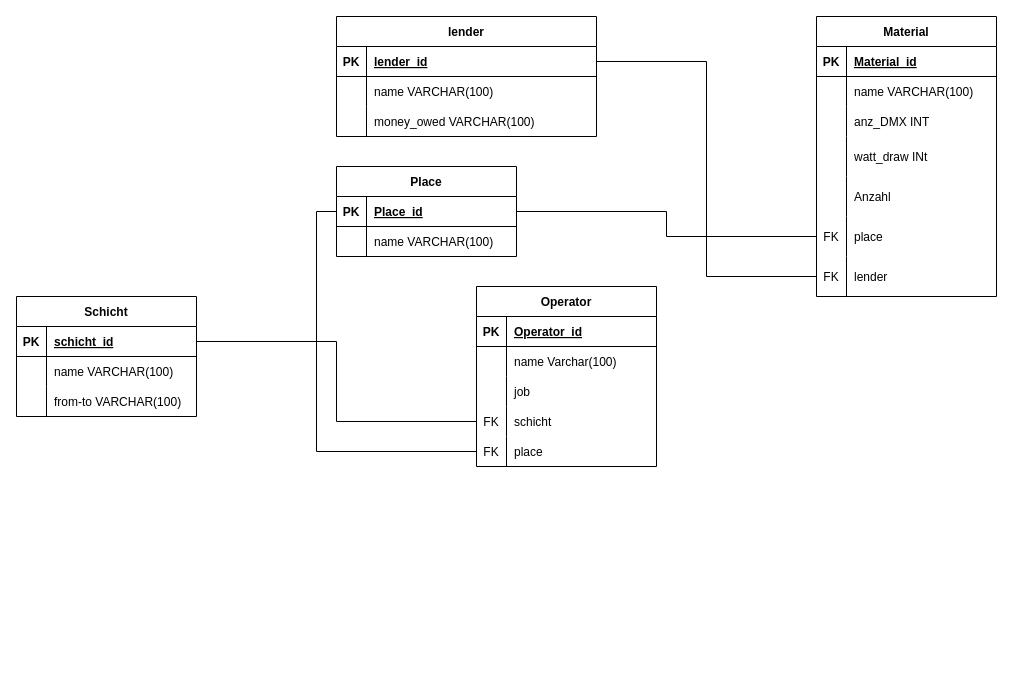
Earlier version of the draw.io diagram lologramm.drawio (lol70000/EF-Datenprojekt). Source tidied: cells renumbered, new cells numbered last; positions are measured from the earlier drawing's top-left corner, leaving out a move shared by most shapes. Both pictures are drawn from the tidied source at 100%, with x=0, y=0 at pixel (16, 16).
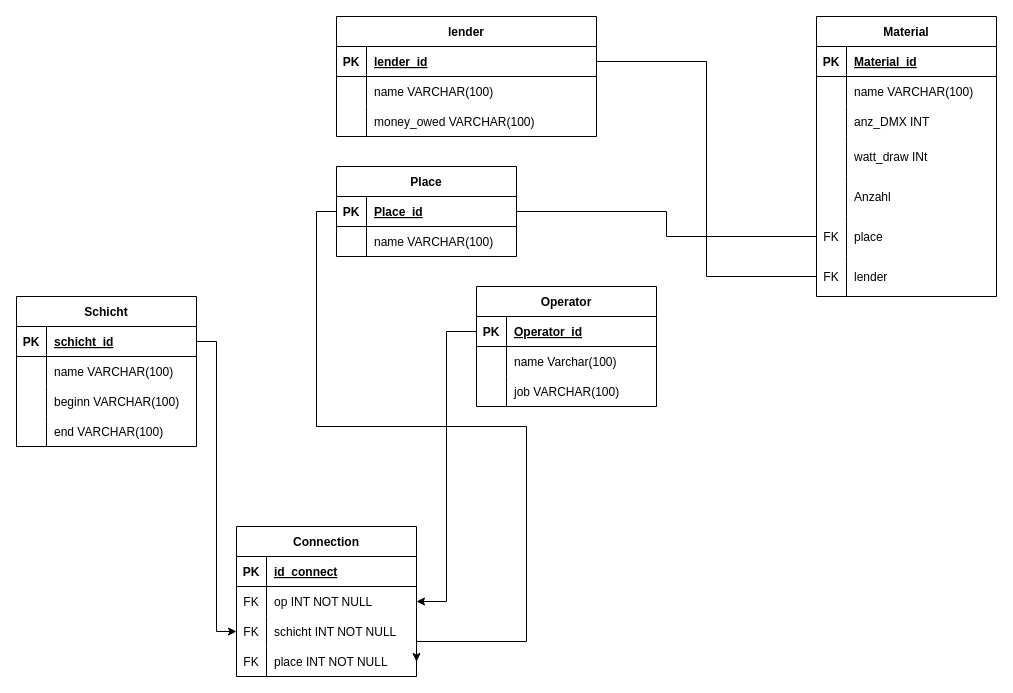
Above is the later version.

The change refers to these unchanged cells:
```xml
<mxCell id="25" style="shape=tableRow;horizontal=0;startSize=0;swimlaneHead=0;swimlaneBody=0;fillColor=none;points=[[0,0.5],[1,0.5]];portConstraint=eastwest;top=0;left=0;right=0;bottom=1;" parent="24" vertex="1">
  <mxGeometry y="30" width="180" height="30" as="geometry" />
</mxCell>
<mxCell id="32" style="shape=tableRow;horizontal=0;startSize=0;swimlaneHead=0;swimlaneBody=0;fillColor=none;points=[[0,0.5],[1,0.5]];portConstraint=eastwest;top=0;left=0;right=0;bottom=1;" parent="31" vertex="1">
  <mxGeometry y="30" width="180" height="30" as="geometry" />
</mxCell>
<mxCell id="38" style="shape=tableRow;horizontal=0;startSize=0;swimlaneHead=0;swimlaneBody=0;fillColor=none;top=0;left=0;right=0;bottom=0;" parent="31" vertex="1">
  <mxGeometry y="90" width="180" height="30" as="geometry" />
</mxCell>
<mxCell id="48" style="shape=tableRow;horizontal=0;startSize=0;swimlaneHead=0;swimlaneBody=0;fillColor=none;points=[[0,0.5],[1,0.5]];portConstraint=eastwest;top=0;left=0;right=0;bottom=1;" parent="47" vertex="1">
  <mxGeometry y="30" width="180" height="30" as="geometry" />
</mxCell>
<mxCell id="54" style="shape=tableRow;horizontal=0;startSize=0;swimlaneHead=0;swimlaneBody=0;fillColor=none;top=0;left=0;right=0;bottom=0;" parent="47" vertex="1">
  <mxGeometry y="90" width="180" height="30" as="geometry" />
</mxCell>
```

Change to the diagram source:
```diff
@@
     <mxCell id="31" value="Operator" style="shape=table;startSize=30;childLayout=tableLayout;rowLines=0;fontStyle=1;align=center;" parent="1" vertex="1">
-      <mxGeometry x="460" y="270" width="180" height="180" as="geometry" />
+      <mxGeometry x="460" y="270" width="180" height="120" as="geometry" />
     </mxCell>
@@
-    <mxCell id="40" value="job " style="shape=partialRectangle;fillColor=none;top=0;left=0;bottom=0;right=0;align=left;spacingLeft=6;overflow=hidden;" parent="38" vertex="1">
+    <mxCell id="40" value="job VARCHAR(100)" style="shape=partialRectangle;fillColor=none;top=0;left=0;bottom=0;right=0;align=left;spacingLeft=6;overflow=hidden;" parent="38" vertex="1">
       <mxGeometry x="30" width="150" height="30" as="geometry" />
     </mxCell>
-    <mxCell id="41" style="shape=tableRow;horizontal=0;startSize=0;swimlaneHead=0;swimlaneBody=0;fillColor=none;points=[[0,0.5],[1,0.5]];portConstraint=eastwest;top=0;left=0;right=0;bottom=0;" parent="31" vertex="1">
-      <mxGeometry y="120" width="180" height="30" as="geometry" />
-    </mxCell>
-    <mxCell id="42" value="FK" style="shape=partialRectangle;fillColor=none;top=0;left=0;bottom=0;right=0;overflow=hidden;" parent="41" vertex="1">
-      <mxGeometry width="30" height="30" as="geometry" />
-    </mxCell>
-    <mxCell id="43" value="schicht " style="shape=partialRectangle;fillColor=none;top=0;left=0;bottom=0;right=0;align=left;spacingLeft=6;overflow=hidden;" parent="41" vertex="1">
-      <mxGeometry x="30" width="150" height="30" as="geometry" />
-    </mxCell>
-    <mxCell id="44" style="shape=tableRow;horizontal=0;startSize=0;swimlaneHead=0;swimlaneBody=0;fillColor=none;points=[[0,0.5],[1,0.5]];portConstraint=eastwest;top=0;left=0;right=0;bottom=0;" parent="31" vertex="1">
-      <mxGeometry y="150" width="180" height="30" as="geometry" />
-    </mxCell>
-    <mxCell id="45" value="FK" style="shape=partialRectangle;fillColor=none;top=0;left=0;bottom=0;right=0;overflow=hidden;" parent="44" vertex="1">
-      <mxGeometry width="30" height="30" as="geometry" />
-    </mxCell>
-    <mxCell id="46" value="place" style="shape=partialRectangle;fillColor=none;top=0;left=0;bottom=0;right=0;align=left;spacingLeft=6;overflow=hidden;" parent="44" vertex="1">
-      <mxGeometry x="30" width="150" height="30" as="geometry" />
-    </mxCell>
     <mxCell id="47" value="Schicht" style="shape=table;startSize=30;childLayout=tableLayout;rowLines=0;fontStyle=1;align=center;" parent="1" vertex="1">
-      <mxGeometry y="280" width="180" height="120" as="geometry" />
+      <mxGeometry y="280" width="180" height="150" as="geometry" />
     </mxCell>
@@
-    <mxCell id="56" value="from-to VARCHAR(100)" style="shape=partialRectangle;fillColor=none;top=0;left=0;bottom=0;right=0;align=left;spacingLeft=6;overflow=hidden;" parent="54" vertex="1">
+    <mxCell id="56" value="beginn VARCHAR(100)" style="shape=partialRectangle;fillColor=none;top=0;left=0;bottom=0;right=0;align=left;spacingLeft=6;overflow=hidden;" parent="54" vertex="1">
       <mxGeometry x="30" width="150" height="30" as="geometry" />
     </mxCell>
+    <mxCell id="71" style="shape=tableRow;horizontal=0;startSize=0;swimlaneHead=0;swimlaneBody=0;fillColor=none;top=0;left=0;right=0;bottom=0;" parent="47" vertex="1">
+      <mxGeometry y="120" width="180" height="30" as="geometry" />
+    </mxCell>
+    <mxCell id="72" style="shape=partialRectangle;fillColor=none;top=0;left=0;bottom=0;right=0;overflow=hidden;" parent="71" vertex="1">
+      <mxGeometry width="30" height="30" as="geometry" />
+    </mxCell>
+    <mxCell id="73" value="end VARCHAR(100)" style="shape=partialRectangle;fillColor=none;top=0;left=0;bottom=0;right=0;align=left;spacingLeft=6;overflow=hidden;" parent="71" vertex="1">
+      <mxGeometry x="30" width="150" height="30" as="geometry" />
+    </mxCell>
@@
-    <mxCell id="67" style="edgeStyle=orthogonalEdgeStyle;rounded=0;jettySize=auto;html=1;exitX=0;exitY=0.5;exitDx=0;exitDy=0;entryX=0;entryY=0.5;entryDx=0;entryDy=0;endArrow=none;endFill=0;" parent="1" edge="1" source="25" target="44">
-      <mxGeometry relative="1" as="geometry">
-        <Array as="points">
-          <mxPoint x="300" y="195" />
-          <mxPoint x="300" y="435" />
-        </Array>
-      </mxGeometry>
-    </mxCell>
@@
-    <mxCell id="70" style="edgeStyle=orthogonalEdgeStyle;rounded=0;jettySize=auto;html=1;exitX=1;exitY=0.5;exitDx=0;exitDy=0;entryX=0;entryY=0.5;entryDx=0;entryDy=0;endArrow=none;endFill=0;" parent="1" edge="1" source="48" target="41">
-      <mxGeometry relative="1" as="geometry" />
-    </mxCell>
+    <mxCell id="74" value="Connection" style="shape=table;startSize=30;childLayout=tableLayout;rowLines=0;fontStyle=1;align=center;" parent="1" vertex="1">
+      <mxGeometry x="220" y="510" width="180" height="150" as="geometry" />
+    </mxCell>
+    <mxCell id="75" style="shape=tableRow;horizontal=0;startSize=0;swimlaneHead=0;swimlaneBody=0;fillColor=none;top=0;left=0;right=0;bottom=1;" parent="74" vertex="1">
+      <mxGeometry y="30" width="180" height="30" as="geometry" />
+    </mxCell>
+    <mxCell id="76" value="PK" style="shape=partialRectangle;fillColor=none;top=0;left=0;bottom=0;right=0;fontStyle=1;overflow=hidden;" parent="75" vertex="1">
+      <mxGeometry width="30" height="30" as="geometry" />
+    </mxCell>
+    <mxCell id="77" value="id_connect" style="shape=partialRectangle;fillColor=none;top=0;left=0;bottom=0;right=0;align=left;spacingLeft=6;fontStyle=5;overflow=hidden;" parent="75" vertex="1">
+      <mxGeometry x="30" width="150" height="30" as="geometry" />
+    </mxCell>
+    <mxCell id="78" style="shape=tableRow;horizontal=0;startSize=0;swimlaneHead=0;swimlaneBody=0;fillColor=none;points=[[0,0.5],[1,0.5]];portConstraint=eastwest;top=0;left=0;right=0;bottom=0;" parent="74" vertex="1">
+      <mxGeometry y="60" width="180" height="30" as="geometry" />
+    </mxCell>
+    <mxCell id="79" value="FK" style="shape=partialRectangle;fillColor=none;top=0;left=0;bottom=0;right=0;overflow=hidden;" parent="78" vertex="1">
+      <mxGeometry width="30" height="30" as="geometry" />
+    </mxCell>
+    <mxCell id="80" value="op INT NOT NULL" style="shape=partialRectangle;fillColor=none;top=0;left=0;bottom=0;right=0;align=left;spacingLeft=6;overflow=hidden;" parent="78" vertex="1">
+      <mxGeometry x="30" width="150" height="30" as="geometry" />
+    </mxCell>
+    <mxCell id="81" style="shape=tableRow;horizontal=0;startSize=0;swimlaneHead=0;swimlaneBody=0;fillColor=none;points=[[0,0.5],[1,0.5]];portConstraint=eastwest;top=0;left=0;right=0;bottom=0;" parent="74" vertex="1">
+      <mxGeometry y="90" width="180" height="30" as="geometry" />
+    </mxCell>
+    <mxCell id="82" value="FK" style="shape=partialRectangle;fillColor=none;top=0;left=0;bottom=0;right=0;overflow=hidden;" parent="81" vertex="1">
+      <mxGeometry width="30" height="30" as="geometry" />
+    </mxCell>
+    <mxCell id="83" value="schicht INT NOT NULL" style="shape=partialRectangle;fillColor=none;top=0;left=0;bottom=0;right=0;align=left;spacingLeft=6;overflow=hidden;" parent="81" vertex="1">
+      <mxGeometry x="30" width="150" height="30" as="geometry" />
+    </mxCell>
+    <mxCell id="84" style="shape=tableRow;horizontal=0;startSize=0;swimlaneHead=0;swimlaneBody=0;fillColor=none;points=[[0,0.5],[1,0.5]];portConstraint=eastwest;top=0;left=0;right=0;bottom=0;" parent="74" vertex="1">
+      <mxGeometry y="120" width="180" height="30" as="geometry" />
+    </mxCell>
+    <mxCell id="85" value="FK" style="shape=partialRectangle;fillColor=none;top=0;left=0;bottom=0;right=0;overflow=hidden;" parent="84" vertex="1">
+      <mxGeometry width="30" height="30" as="geometry" />
+    </mxCell>
+    <mxCell id="86" value="place INT NOT NULL" style="shape=partialRectangle;fillColor=none;top=0;left=0;bottom=0;right=0;align=left;spacingLeft=6;overflow=hidden;" parent="84" vertex="1">
+      <mxGeometry x="30" width="150" height="30" as="geometry" />
+    </mxCell>
+    <mxCell id="87" style="edgeStyle=orthogonalEdgeStyle;rounded=0;jettySize=auto;html=1;exitX=0;exitY=0.5;exitDx=0;exitDy=0;entryX=1;entryY=0.5;entryDx=0;entryDy=0;" parent="1" edge="1" source="32" target="78">
+      <mxGeometry relative="1" as="geometry" />
+    </mxCell>
+    <mxCell id="88" style="edgeStyle=orthogonalEdgeStyle;rounded=0;jettySize=auto;html=1;exitX=0;exitY=0.5;exitDx=0;exitDy=0;entryX=1;entryY=0.5;entryDx=0;entryDy=0;" parent="1" edge="1" source="25" target="84">
+      <mxGeometry relative="1" as="geometry">
+        <Array as="points">
+          <mxPoint x="300" y="195" />
+          <mxPoint x="300" y="410" />
+          <mxPoint x="510" y="410" />
+          <mxPoint x="510" y="625" />
+        </Array>
+      </mxGeometry>
+    </mxCell>
+    <mxCell id="89" style="edgeStyle=orthogonalEdgeStyle;rounded=0;jettySize=auto;html=1;exitX=1;exitY=0.5;exitDx=0;exitDy=0;entryX=0;entryY=0.5;entryDx=0;entryDy=0;" parent="1" edge="1" source="48" target="81">
+      <mxGeometry relative="1" as="geometry" />
+    </mxCell>
```
